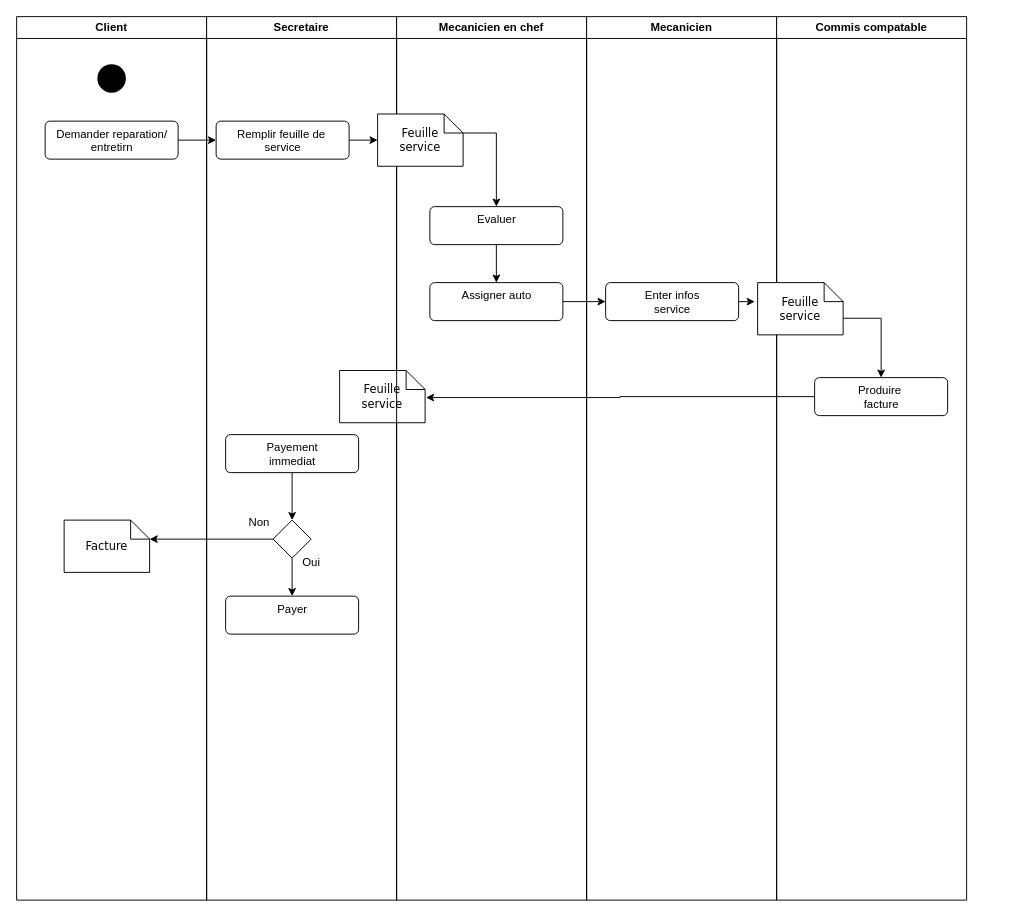
The draw.io diagram garage.drawio in RusselTano/Diagrame, before the edit. Source tidied: cells renumbered, new cells numbered last; positions are measured from the earlier drawing's top-left corner, leaving out a move shared by most shapes. Both pictures are drawn from the tidied source at 95%, with x=0, y=0 at pixel (16, 16).
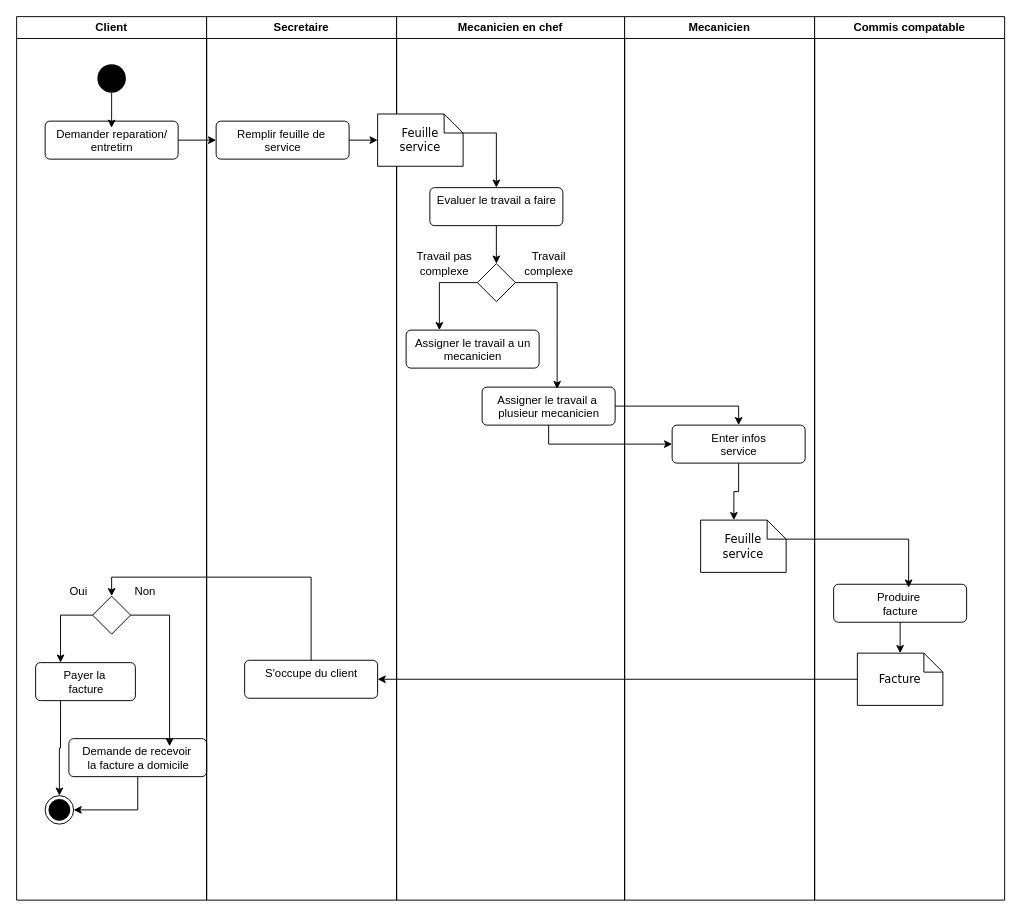
After the change.

The change refers to these unchanged cells:
```xml
<mxCell id="2" value="Client" style="swimlane;whiteSpace=wrap;html=1;" parent="1" vertex="1">
  <mxGeometry width="200" height="930" as="geometry" />
</mxCell>
<mxCell id="3" style="ellipse;fillColor=#000000;strokeColor=none;" parent="2" vertex="1">
  <mxGeometry x="85" y="50" width="30" height="30" as="geometry" />
</mxCell>
<mxCell id="4" value="Demander reparation/&lt;div&gt;entretirn&lt;/div&gt;" style="html=1;align=center;verticalAlign=top;rounded=1;absoluteArcSize=1;arcSize=10;dashed=0;" parent="2" vertex="1">
  <mxGeometry x="30" y="110" width="140" height="40" as="geometry" />
</mxCell>
```

What changed in the source:
```diff
@@
-    <mxCell id="5" value="Facture" style="shape=note;whiteSpace=wrap;html=1;rounded=0;shadow=0;comic=0;labelBackgroundColor=none;strokeWidth=1;fontFamily=Verdana;fontSize=12;align=center;size=20;" parent="2" vertex="1">
-      <mxGeometry x="50" y="530" width="90" height="55" as="geometry" />
-    </mxCell>
-    <mxCell id="6" value="Secretaire" style="swimlane;whiteSpace=wrap;html=1;" parent="1" vertex="1">
-      <mxGeometry x="200" width="200" height="930" as="geometry" />
-    </mxCell>
-    <mxCell id="7" value="Remplir feuille de&amp;nbsp;&lt;div&gt;service&lt;/div&gt;" style="html=1;align=center;verticalAlign=top;rounded=1;absoluteArcSize=1;arcSize=10;dashed=0;" parent="6" vertex="1">
-      <mxGeometry x="10" y="110" width="140" height="40" as="geometry" />
-    </mxCell>
-    <mxCell id="8" value="Feuille&lt;div&gt;service&lt;/div&gt;" style="shape=note;whiteSpace=wrap;html=1;rounded=0;shadow=0;comic=0;labelBackgroundColor=none;strokeWidth=1;fontFamily=Verdana;fontSize=12;align=center;size=20;" parent="6" vertex="1">
-      <mxGeometry x="140" y="372.5" width="90" height="55" as="geometry" />
-    </mxCell>
-    <mxCell id="9" style="edgeStyle=orthogonalEdgeStyle;rounded=0;jettySize=auto;html=1;exitX=0.5;exitY=1;exitDx=0;exitDy=0;entryX=0.5;entryY=0;entryDx=0;entryDy=0;" parent="6" edge="1" source="10" target="12">
-      <mxGeometry relative="1" as="geometry" />
-    </mxCell>
-    <mxCell id="10" value="Payement&lt;div&gt;immediat&lt;/div&gt;" style="html=1;align=center;verticalAlign=top;rounded=1;absoluteArcSize=1;arcSize=10;dashed=0;" parent="6" vertex="1">
-      <mxGeometry x="20" y="440" width="140" height="40" as="geometry" />
-    </mxCell>
-    <mxCell id="11" style="edgeStyle=orthogonalEdgeStyle;rounded=0;jettySize=auto;html=1;exitX=0.5;exitY=1;exitDx=0;exitDy=0;entryX=0.5;entryY=0;entryDx=0;entryDy=0;" parent="6" edge="1" source="12" target="13">
-      <mxGeometry relative="1" as="geometry" />
-    </mxCell>
+    <mxCell id="34" style="edgeStyle=orthogonalEdgeStyle;rounded=0;jettySize=auto;html=1;exitX=0.5;exitY=1;exitDx=0;exitDy=0;entryX=0.5;entryY=0.175;entryDx=0;entryDy=0;entryPerimeter=0;" parent="2" edge="1" source="3" target="4">
+      <mxGeometry relative="1" as="geometry" />
+    </mxCell>
-    <mxCell id="12" style="rhombus;whiteSpace=wrap;html=1;" parent="6" vertex="1">
-      <mxGeometry x="70" y="530" width="40" height="40" as="geometry" />
+    <mxCell id="12" style="rhombus;whiteSpace=wrap;html=1;" parent="2" vertex="1">
+      <mxGeometry x="80" y="610" width="40" height="40" as="geometry" />
     </mxCell>
+    <mxCell id="35" style="edgeStyle=orthogonalEdgeStyle;rounded=0;jettySize=auto;html=1;exitX=0.5;exitY=1;exitDx=0;exitDy=0;entryX=1;entryY=0.5;entryDx=0;entryDy=0;" parent="2" edge="1" source="13" target="36">
+      <mxGeometry relative="1" as="geometry" />
+    </mxCell>
-    <mxCell id="13" value="Payer" style="html=1;align=center;verticalAlign=top;rounded=1;absoluteArcSize=1;arcSize=10;dashed=0;" parent="6" vertex="1">
-      <mxGeometry x="20" y="610" width="140" height="40" as="geometry" />
+    <mxCell id="13" value="&lt;div style=&quot;&quot;&gt;&lt;span style=&quot;background-color: transparent; color: light-dark(rgb(0, 0, 0), rgb(255, 255, 255));&quot;&gt;Demande de recevoir&amp;nbsp;&lt;/span&gt;&lt;/div&gt;&lt;div style=&quot;&quot;&gt;&lt;span style=&quot;background-color: transparent; color: light-dark(rgb(0, 0, 0), rgb(255, 255, 255));&quot;&gt;la facture a domicile&lt;/span&gt;&lt;/div&gt;" style="html=1;align=center;verticalAlign=top;rounded=1;absoluteArcSize=1;arcSize=10;dashed=0;" parent="2" vertex="1">
+      <mxGeometry x="55" y="760" width="145" height="40" as="geometry" />
     </mxCell>
-    <mxCell id="14" value="Oui" style="text;html=1;align=center;verticalAlign=middle;strokeColor=none;fillColor=none;" parent="6" vertex="1">
-      <mxGeometry x="90" y="560" width="40" height="30" as="geometry" />
+    <mxCell id="14" value="Non" style="text;html=1;align=center;verticalAlign=middle;strokeColor=none;fillColor=none;" parent="2" vertex="1">
+      <mxGeometry x="110" y="590" width="50" height="30" as="geometry" />
     </mxCell>
-    <mxCell id="15" value="Non" style="text;html=1;align=center;verticalAlign=middle;strokeColor=none;fillColor=none;" parent="6" vertex="1">
-      <mxGeometry x="30" y="518" width="50" height="30" as="geometry" />
+    <mxCell id="15" value="Oui" style="text;html=1;align=center;verticalAlign=middle;strokeColor=none;fillColor=none;" parent="2" vertex="1">
+      <mxGeometry x="45" y="590" width="40" height="30" as="geometry" />
     </mxCell>
+    <mxCell id="11" style="edgeStyle=orthogonalEdgeStyle;rounded=0;jettySize=auto;html=1;exitX=1;exitY=0.5;exitDx=0;exitDy=0;entryX=0.731;entryY=0.2;entryDx=0;entryDy=0;entryPerimeter=0;" parent="2" edge="1" source="12" target="13">
+      <mxGeometry relative="1" as="geometry" />
+    </mxCell>
+    <mxCell id="36" style="ellipse;html=1;shape=endState;fillColor=#000000;strokeColor=#000000;" parent="2" vertex="1">
+      <mxGeometry x="30" y="820" width="30" height="30" as="geometry" />
+    </mxCell>
+    <mxCell id="6" value="Secretaire" style="swimlane;whiteSpace=wrap;html=1;" parent="1" vertex="1">
+      <mxGeometry x="200" width="200" height="930" as="geometry" />
+    </mxCell>
+    <mxCell id="7" value="Remplir feuille de&amp;nbsp;&lt;div&gt;service&lt;/div&gt;" style="html=1;align=center;verticalAlign=top;rounded=1;absoluteArcSize=1;arcSize=10;dashed=0;" parent="6" vertex="1">
+      <mxGeometry x="10" y="110" width="140" height="40" as="geometry" />
+    </mxCell>
+    <mxCell id="10" value="S'occupe du client" style="html=1;align=center;verticalAlign=top;rounded=1;absoluteArcSize=1;arcSize=10;dashed=0;" parent="6" vertex="1">
+      <mxGeometry x="40" y="677.5" width="140" height="40" as="geometry" />
+    </mxCell>
     <mxCell id="16" value="Mecanicien en chef" style="swimlane;whiteSpace=wrap;html=1;" parent="1" vertex="1">
-      <mxGeometry x="400" width="200" height="930" as="geometry" />
+      <mxGeometry x="400" width="240" height="930" as="geometry" />
     </mxCell>
@@
-    <mxCell id="19" style="edgeStyle=orthogonalEdgeStyle;rounded=0;jettySize=auto;html=1;exitX=0.5;exitY=1;exitDx=0;exitDy=0;entryX=0.5;entryY=0;entryDx=0;entryDy=0;" parent="16" edge="1" source="20" target="21">
-      <mxGeometry relative="1" as="geometry" />
-    </mxCell>
+    <mxCell id="37" style="edgeStyle=orthogonalEdgeStyle;rounded=0;jettySize=auto;html=1;exitX=0.5;exitY=1;exitDx=0;exitDy=0;entryX=0.5;entryY=0;entryDx=0;entryDy=0;" parent="16" edge="1" source="20" target="39">
+      <mxGeometry relative="1" as="geometry" />
+    </mxCell>
-    <mxCell id="20" value="Evaluer" style="html=1;align=center;verticalAlign=top;rounded=1;absoluteArcSize=1;arcSize=10;dashed=0;" parent="16" vertex="1">
-      <mxGeometry x="35" y="200" width="140" height="40" as="geometry" />
+    <mxCell id="20" value="Evaluer le travail a faire" style="html=1;align=center;verticalAlign=top;rounded=1;absoluteArcSize=1;arcSize=10;dashed=0;" parent="16" vertex="1">
+      <mxGeometry x="35" y="180" width="140" height="40" as="geometry" />
     </mxCell>
-    <mxCell id="21" value="Assigner auto" style="html=1;align=center;verticalAlign=top;rounded=1;absoluteArcSize=1;arcSize=10;dashed=0;" parent="16" vertex="1">
-      <mxGeometry x="35" y="280" width="140" height="40" as="geometry" />
+    <mxCell id="21" value="Assigner le travail a&amp;nbsp;&lt;div&gt;plusieur mecanicien&lt;/div&gt;" style="html=1;align=center;verticalAlign=top;rounded=1;absoluteArcSize=1;arcSize=10;dashed=0;" parent="16" vertex="1">
+      <mxGeometry x="90" y="390" width="140" height="40" as="geometry" />
     </mxCell>
+    <mxCell id="38" style="edgeStyle=orthogonalEdgeStyle;rounded=0;jettySize=auto;html=1;exitX=0;exitY=0.5;exitDx=0;exitDy=0;entryX=0.25;entryY=0;entryDx=0;entryDy=0;" parent="16" edge="1" source="39" target="40">
+      <mxGeometry relative="1" as="geometry" />
+    </mxCell>
+    <mxCell id="39" style="rhombus;whiteSpace=wrap;html=1;" parent="16" vertex="1">
+      <mxGeometry x="85" y="260" width="40" height="40" as="geometry" />
+    </mxCell>
+    <mxCell id="40" value="Assigner le travail a un&lt;div&gt;mecanicien&lt;/div&gt;" style="html=1;align=center;verticalAlign=top;rounded=1;absoluteArcSize=1;arcSize=10;dashed=0;" parent="16" vertex="1">
+      <mxGeometry x="10" y="330" width="140" height="40" as="geometry" />
+    </mxCell>
+    <mxCell id="41" style="edgeStyle=orthogonalEdgeStyle;rounded=0;jettySize=auto;html=1;exitX=1;exitY=0.5;exitDx=0;exitDy=0;entryX=0.564;entryY=0.05;entryDx=0;entryDy=0;entryPerimeter=0;" parent="16" edge="1" source="39" target="21">
+      <mxGeometry relative="1" as="geometry" />
+    </mxCell>
+    <mxCell id="42" value="Travail pas&lt;div&gt;complexe&lt;/div&gt;" style="text;html=1;align=center;verticalAlign=middle;strokeColor=none;fillColor=none;" parent="16" vertex="1">
+      <mxGeometry x="10" y="240" width="80" height="40" as="geometry" />
+    </mxCell>
+    <mxCell id="43" value="Travail&lt;div&gt;complexe&lt;/div&gt;" style="text;html=1;align=center;verticalAlign=middle;strokeColor=none;fillColor=none;" parent="16" vertex="1">
+      <mxGeometry x="125" y="240" width="70" height="40" as="geometry" />
+    </mxCell>
     <mxCell id="22" value="Mecanicien" style="swimlane;whiteSpace=wrap;html=1;" parent="1" vertex="1">
-      <mxGeometry x="600" width="200" height="930" as="geometry" />
+      <mxGeometry x="640" width="200" height="930" as="geometry" />
     </mxCell>
     <mxCell id="23" value="Enter infos&lt;div&gt;service&lt;/div&gt;" style="html=1;align=center;verticalAlign=top;rounded=1;absoluteArcSize=1;arcSize=10;dashed=0;" parent="22" vertex="1">
-      <mxGeometry x="20" y="280" width="140" height="40" as="geometry" />
+      <mxGeometry x="50" y="430" width="140" height="40" as="geometry" />
     </mxCell>
+    <mxCell id="26" value="Feuille&lt;div&gt;service&lt;/div&gt;" style="shape=note;whiteSpace=wrap;html=1;rounded=0;shadow=0;comic=0;labelBackgroundColor=none;strokeWidth=1;fontFamily=Verdana;fontSize=12;align=center;size=20;" parent="22" vertex="1">
+      <mxGeometry x="80" y="530" width="90" height="55" as="geometry" />
+    </mxCell>
+    <mxCell id="31" style="edgeStyle=orthogonalEdgeStyle;rounded=0;jettySize=auto;html=1;exitX=0.5;exitY=1;exitDx=0;exitDy=0;entryX=0;entryY=0;entryDx=35;entryDy=0;entryPerimeter=0;" parent="22" edge="1" source="23" target="26">
+      <mxGeometry relative="1" as="geometry" />
+    </mxCell>
     <mxCell id="24" value="Commis compatable" style="swimlane;whiteSpace=wrap;html=1;" parent="1" vertex="1">
-      <mxGeometry x="800" width="200" height="930" as="geometry" />
+      <mxGeometry x="840" width="200" height="930" as="geometry" />
     </mxCell>
-    <mxCell id="25" style="edgeStyle=orthogonalEdgeStyle;rounded=0;jettySize=auto;html=1;exitX=0;exitY=0;exitDx=90;exitDy=37.5;exitPerimeter=0;entryX=0.5;entryY=0;entryDx=0;entryDy=0;" parent="24" edge="1" source="26" target="27">
-      <mxGeometry relative="1" as="geometry" />
-    </mxCell>
-    <mxCell id="26" value="Feuille&lt;div&gt;service&lt;/div&gt;" style="shape=note;whiteSpace=wrap;html=1;rounded=0;shadow=0;comic=0;labelBackgroundColor=none;strokeWidth=1;fontFamily=Verdana;fontSize=12;align=center;size=20;" parent="24" vertex="1">
-      <mxGeometry x="-20" y="280" width="90" height="55" as="geometry" />
-    </mxCell>
+    <mxCell id="8" value="Facture" style="shape=note;whiteSpace=wrap;html=1;rounded=0;shadow=0;comic=0;labelBackgroundColor=none;strokeWidth=1;fontFamily=Verdana;fontSize=12;align=center;size=20;" parent="24" vertex="1">
+      <mxGeometry x="45" y="670" width="90" height="55" as="geometry" />
+    </mxCell>
     <mxCell id="27" value="Produire&amp;nbsp;&lt;div&gt;facture&lt;/div&gt;" style="html=1;align=center;verticalAlign=top;rounded=1;absoluteArcSize=1;arcSize=10;dashed=0;" parent="24" vertex="1">
-      <mxGeometry x="40" y="380" width="140" height="40" as="geometry" />
+      <mxGeometry x="20" y="597.5" width="140" height="40" as="geometry" />
     </mxCell>
+    <mxCell id="32" style="edgeStyle=orthogonalEdgeStyle;rounded=0;jettySize=auto;html=1;exitX=0.5;exitY=1;exitDx=0;exitDy=0;entryX=0.5;entryY=0;entryDx=0;entryDy=0;entryPerimeter=0;" parent="24" edge="1" source="27" target="8">
+      <mxGeometry relative="1" as="geometry" />
+    </mxCell>
@@
-    <mxCell id="30" style="edgeStyle=orthogonalEdgeStyle;rounded=0;jettySize=auto;html=1;exitX=1;exitY=0.5;exitDx=0;exitDy=0;" parent="1" edge="1" source="21" target="23">
-      <mxGeometry relative="1" as="geometry" />
-    </mxCell>
-    <mxCell id="31" style="edgeStyle=orthogonalEdgeStyle;rounded=0;jettySize=auto;html=1;exitX=1;exitY=0.5;exitDx=0;exitDy=0;entryX=-0.033;entryY=0.364;entryDx=0;entryDy=0;entryPerimeter=0;" parent="1" edge="1" source="23" target="26">
-      <mxGeometry relative="1" as="geometry" />
-    </mxCell>
-    <mxCell id="32" style="edgeStyle=orthogonalEdgeStyle;rounded=0;jettySize=auto;html=1;exitX=0;exitY=0.5;exitDx=0;exitDy=0;entryX=1.011;entryY=0.518;entryDx=0;entryDy=0;entryPerimeter=0;" parent="1" edge="1" source="27" target="8">
-      <mxGeometry relative="1" as="geometry" />
-    </mxCell>
-    <mxCell id="33" style="edgeStyle=orthogonalEdgeStyle;rounded=0;jettySize=auto;html=1;exitX=0;exitY=0.5;exitDx=0;exitDy=0;entryX=0;entryY=0;entryDx=90;entryDy=20;entryPerimeter=0;" parent="1" edge="1" source="12" target="5">
-      <mxGeometry relative="1" as="geometry" />
-    </mxCell>
+    <mxCell id="44" style="edgeStyle=orthogonalEdgeStyle;rounded=0;jettySize=auto;html=1;exitX=0.5;exitY=1;exitDx=0;exitDy=0;entryX=0;entryY=0.5;entryDx=0;entryDy=0;" parent="1" edge="1" source="21" target="23">
+      <mxGeometry relative="1" as="geometry" />
+    </mxCell>
+    <mxCell id="45" style="edgeStyle=orthogonalEdgeStyle;rounded=0;jettySize=auto;html=1;exitX=1;exitY=0.5;exitDx=0;exitDy=0;entryX=0.5;entryY=0;entryDx=0;entryDy=0;" parent="1" edge="1" source="21" target="23">
+      <mxGeometry relative="1" as="geometry" />
+    </mxCell>
+    <mxCell id="25" style="edgeStyle=orthogonalEdgeStyle;rounded=0;jettySize=auto;html=1;exitX=0;exitY=0;exitDx=90;exitDy=20;exitPerimeter=0;entryX=0.564;entryY=0.088;entryDx=0;entryDy=0;entryPerimeter=0;" parent="1" edge="1" source="26" target="27">
+      <mxGeometry relative="1" as="geometry" />
+    </mxCell>
+    <mxCell id="46" style="edgeStyle=orthogonalEdgeStyle;rounded=0;jettySize=auto;html=1;exitX=0;exitY=0.5;exitDx=0;exitDy=0;exitPerimeter=0;entryX=1;entryY=0.5;entryDx=0;entryDy=0;" parent="1" edge="1" source="8" target="10">
+      <mxGeometry relative="1" as="geometry" />
+    </mxCell>
+    <mxCell id="9" style="edgeStyle=orthogonalEdgeStyle;rounded=0;jettySize=auto;html=1;exitX=0.5;exitY=0;exitDx=0;exitDy=0;entryX=0.5;entryY=0;entryDx=0;entryDy=0;" parent="1" edge="1" source="10" target="12">
+      <mxGeometry relative="1" as="geometry" />
+    </mxCell>
+    <mxCell id="47" style="edgeStyle=orthogonalEdgeStyle;rounded=0;jettySize=auto;html=1;exitX=0.25;exitY=1;exitDx=0;exitDy=0;entryX=0.5;entryY=0;entryDx=0;entryDy=0;" parent="1" edge="1" source="48" target="36">
+      <mxGeometry relative="1" as="geometry" />
+    </mxCell>
+    <mxCell id="48" value="Payer la&amp;nbsp;&lt;div&gt;facture&lt;/div&gt;" style="html=1;align=center;verticalAlign=top;rounded=1;absoluteArcSize=1;arcSize=10;dashed=0;" parent="1" vertex="1">
+      <mxGeometry x="20" y="680" width="105" height="40" as="geometry" />
+    </mxCell>
+    <mxCell id="49" style="edgeStyle=orthogonalEdgeStyle;rounded=0;jettySize=auto;html=1;exitX=0;exitY=0.5;exitDx=0;exitDy=0;entryX=0.25;entryY=0;entryDx=0;entryDy=0;" parent="1" edge="1" source="12" target="48">
+      <mxGeometry relative="1" as="geometry" />
+    </mxCell>
```
